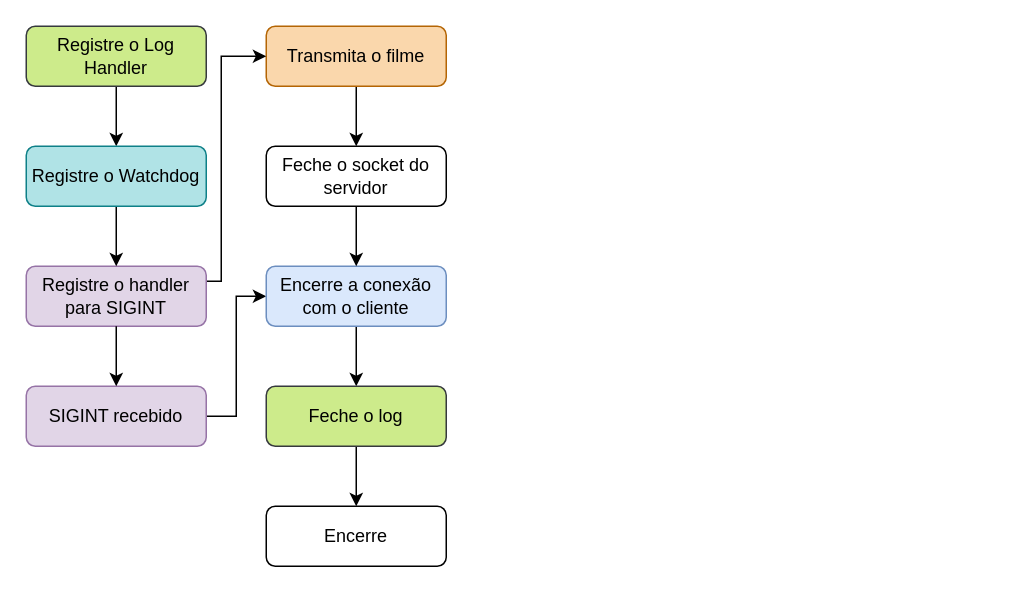
Before: page "Stream" (4 of 7) of SRT.drawio in nico-ig/UDP-Video-Streaming, a draw.io diagram. Source tidied: cells renumbered, new cells numbered last; positions are measured from the earlier drawing's top-left corner, leaving out a move shared by most shapes. Both pictures are drawn from the tidied source at 150%, with x=0, y=0 at pixel (26, 26).
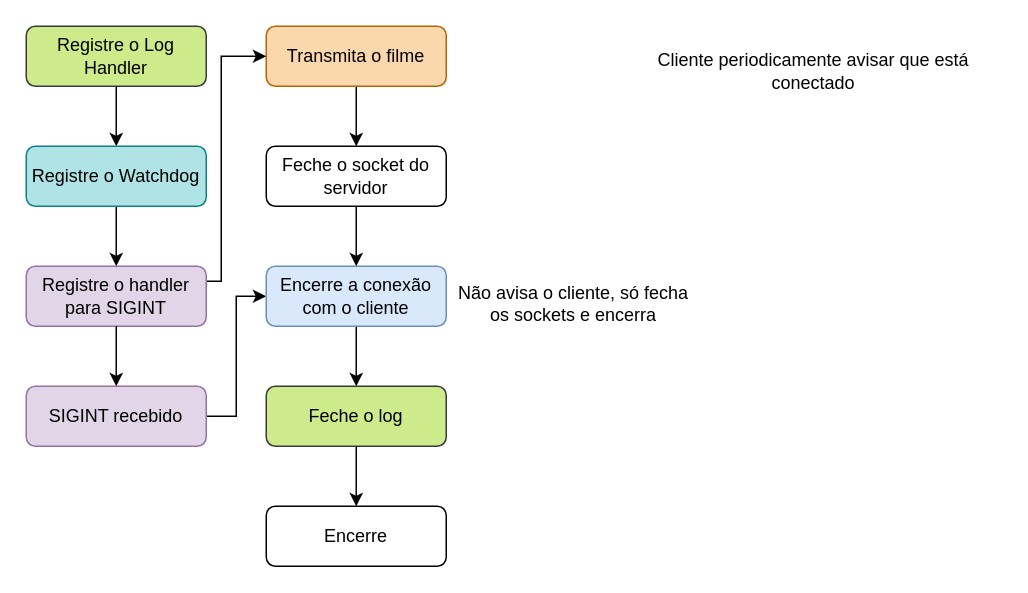
The same diagram, later.

The edit, as a diff of the source:
```diff
@@
+    <mxCell id="20" value="Cliente periodicamente avisar que está conectado" style="text;html=1;strokeColor=none;fillColor=none;align=center;verticalAlign=middle;whiteSpace=wrap;rounded=0;" parent="1" vertex="1">
+      <mxGeometry x="400" y="20" width="250" height="20" as="geometry" />
+    </mxCell>
+    <mxCell id="21" value="Não avisa o cliente, só fecha os sockets e encerra" style="text;html=1;strokeColor=none;fillColor=none;align=center;verticalAlign=middle;whiteSpace=wrap;rounded=0;" parent="1" vertex="1">
+      <mxGeometry x="280" y="170" width="170" height="30" as="geometry" />
+    </mxCell>
```
